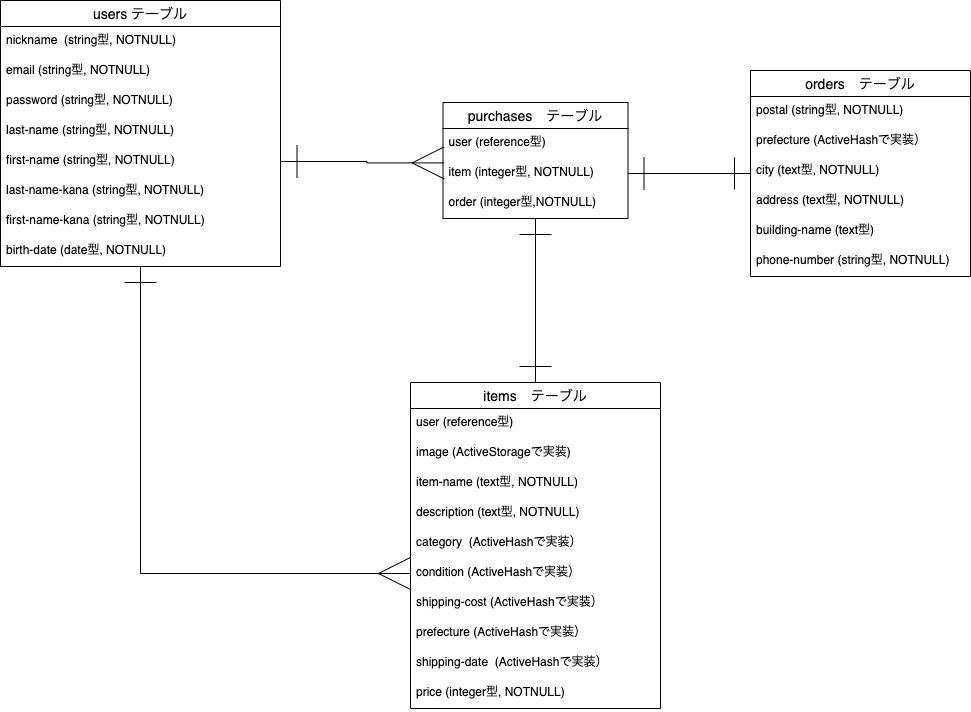
This is public/furima-32495.png from Y-h-tomo/furima-32495, a draw.io export, as it was before one commit. Source tidied: cells renumbered, new cells last; positions are measured from the earlier drawing's top-left corner, leaving out a move shared by most shapes.
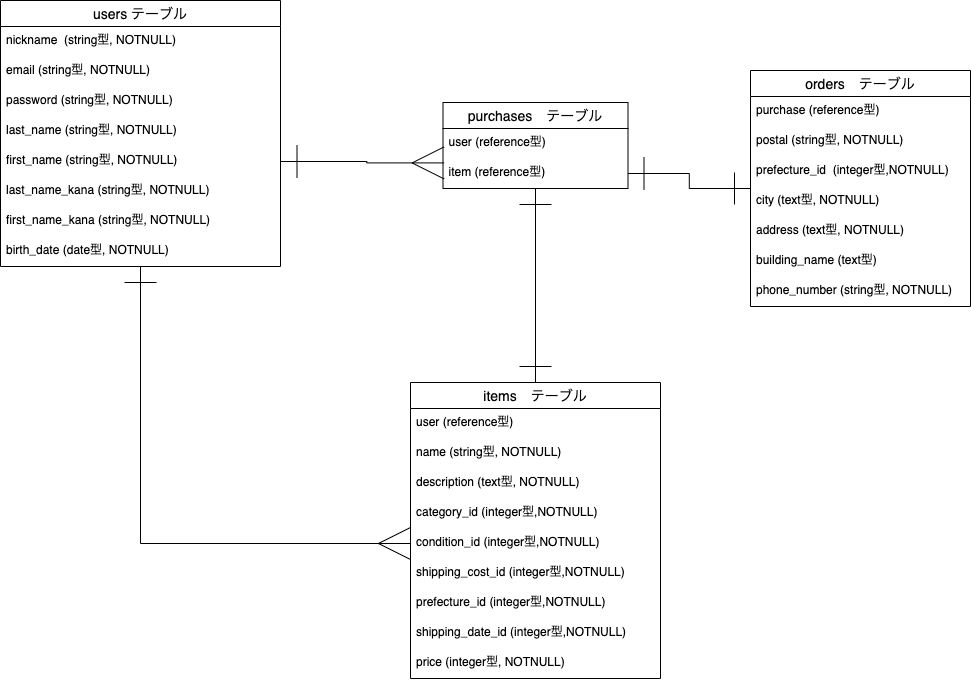
The same file after the commit.

Commit message:
ER図を確定版に差し替え

Diff of the diagram source:
```diff
@@ -20,19 +20,19 @@
     <mxCell id="7" value="password (string型, NOTNULL)" style="text;strokeColor=none;fillColor=none;spacingLeft=4;spacingRight=4;overflow=hidden;fontSize=12;" parent="4" vertex="1">
       <mxGeometry y="86" width="280" height="30" as="geometry" />
     </mxCell>
-    <mxCell id="8" value="last-name (string型, NOTNULL)" style="text;strokeColor=none;fillColor=none;spacingLeft=4;spacingRight=4;overflow=hidden;fontSize=12;" parent="4" vertex="1">
+    <mxCell id="8" value="last_name (string型, NOTNULL)" style="text;strokeColor=none;fillColor=none;spacingLeft=4;spacingRight=4;overflow=hidden;fontSize=12;" parent="4" vertex="1">
       <mxGeometry y="116" width="280" height="30" as="geometry" />
     </mxCell>
-    <mxCell id="9" value="first-name (string型, NOTNULL)&#10; " style="text;strokeColor=none;fillColor=none;spacingLeft=4;spacingRight=4;overflow=hidden;points=[[0,0.5],[1,0.5]];portConstraint=eastwest;fontSize=12;" parent="4" vertex="1">
+    <mxCell id="9" value="first_name (string型, NOTNULL)&#10; " style="text;strokeColor=none;fillColor=none;spacingLeft=4;spacingRight=4;overflow=hidden;points=[[0,0.5],[1,0.5]];portConstraint=eastwest;fontSize=12;" parent="4" vertex="1">
       <mxGeometry y="146" width="280" height="30" as="geometry" />
     </mxCell>
-    <mxCell id="10" value="last-name-kana (string型, NOTNULL)" style="text;strokeColor=none;fillColor=none;spacingLeft=4;spacingRight=4;overflow=hidden;fontSize=12;" parent="4" vertex="1">
+    <mxCell id="10" value="last_name_kana (string型, NOTNULL)" style="text;strokeColor=none;fillColor=none;spacingLeft=4;spacingRight=4;overflow=hidden;fontSize=12;" parent="4" vertex="1">
       <mxGeometry y="176" width="280" height="30" as="geometry" />
     </mxCell>
-    <mxCell id="11" value="first-name-kana (string型, NOTNULL)" style="text;strokeColor=none;fillColor=none;spacingLeft=4;spacingRight=4;overflow=hidden;fontSize=12;" parent="4" vertex="1">
+    <mxCell id="11" value="first_name_kana (string型, NOTNULL)" style="text;strokeColor=none;fillColor=none;spacingLeft=4;spacingRight=4;overflow=hidden;fontSize=12;" parent="4" vertex="1">
       <mxGeometry y="206" width="280" height="30" as="geometry" />
     </mxCell>
-    <mxCell id="12" value="birth-date (date型, NOTNULL)" style="text;strokeColor=none;fillColor=none;spacingLeft=4;spacingRight=4;overflow=hidden;fontSize=12;" parent="4" vertex="1">
+    <mxCell id="12" value="birth_date (date型, NOTNULL)" style="text;strokeColor=none;fillColor=none;spacingLeft=4;spacingRight=4;overflow=hidden;fontSize=12;" parent="4" vertex="1">
       <mxGeometry y="236" width="280" height="30" as="geometry" />
     </mxCell>
     <mxCell id="13" style="edgeStyle=orthogonalEdgeStyle;rounded=0;jettySize=auto;html=1;entryX=0.5;entryY=0;entryDx=0;entryDy=0;startArrow=ERone;startFill=0;startSize=30;endArrow=ERone;endFill=0;endSize=30;" parent="1" edge="1" source="26" target="15">
@@ -42,70 +42,67 @@
       <mxGeometry relative="1" as="geometry" />
     </mxCell>
     <mxCell id="15" value="items　テーブル" style="swimlane;fontStyle=0;horizontal=1;startSize=26;align=center;fontSize=14;" parent="1" vertex="1">
-      <mxGeometry x="410" y="382" width="250" height="326" as="geometry" />
+      <mxGeometry x="410" y="382" width="250" height="296" as="geometry" />
     </mxCell>
     <mxCell id="16" value="user (reference型)" style="text;strokeColor=none;fillColor=none;spacingLeft=4;spacingRight=4;overflow=hidden;fontSize=12;" parent="15" vertex="1">
       <mxGeometry y="26" width="250" height="30" as="geometry" />
     </mxCell>
-    <mxCell id="17" value="image (ActiveStorageで実装)" style="text;strokeColor=none;fillColor=none;spacingLeft=4;spacingRight=4;overflow=hidden;fontSize=12;" parent="15" vertex="1">
-      <mxGeometry y="56" width="250" height="30" as="geometry" />
-    </mxCell>
-    <mxCell id="18" value="item-name (text型, NOTNULL)" style="text;strokeColor=none;fillColor=none;spacingLeft=4;spacingRight=4;overflow=hidden;fontSize=12;" parent="15" vertex="1">
-      <mxGeometry y="86" width="250" height="30" as="geometry" />
+    <mxCell id="18" value="name (string型, NOTNULL)" style="text;strokeColor=none;fillColor=none;spacingLeft=4;spacingRight=4;overflow=hidden;fontSize=12;" parent="15" vertex="1">
+      <mxGeometry y="56" width="250" height="30" as="geometry" />
     </mxCell>
     <mxCell id="19" value="description (text型, NOTNULL)" style="text;strokeColor=none;fillColor=none;spacingLeft=4;spacingRight=4;overflow=hidden;fontSize=12;" parent="15" vertex="1">
-      <mxGeometry y="116" width="250" height="30" as="geometry" />
+      <mxGeometry y="86" width="250" height="30" as="geometry" />
     </mxCell>
-    <mxCell id="20" value="category  (ActiveHashで実装）" style="text;strokeColor=none;fillColor=none;spacingLeft=4;spacingRight=4;overflow=hidden;fontSize=12;" parent="15" vertex="1">
-      <mxGeometry y="146" width="250" height="30" as="geometry" />
+    <mxCell id="20" value="category_id (integer型,NOTNULL)" style="text;strokeColor=none;fillColor=none;spacingLeft=4;spacingRight=4;overflow=hidden;fontSize=12;" parent="15" vertex="1">
+      <mxGeometry y="116" width="250" height="30" as="geometry" />
     </mxCell>
-    <mxCell id="21" value="condition (ActiveHashで実装）" style="text;strokeColor=none;fillColor=none;spacingLeft=4;spacingRight=4;overflow=hidden;points=[[0,0.5],[1,0.5]];portConstraint=eastwest;fontSize=12;" parent="15" vertex="1">
-      <mxGeometry y="176" width="250" height="30" as="geometry" />
+    <mxCell id="21" value="condition_id (integer型,NOTNULL)" style="text;strokeColor=none;fillColor=none;spacingLeft=4;spacingRight=4;overflow=hidden;points=[[0,0.5],[1,0.5]];portConstraint=eastwest;fontSize=12;" parent="15" vertex="1">
+      <mxGeometry y="146" width="250" height="30" as="geometry" />
     </mxCell>
-    <mxCell id="22" value="shipping-cost (ActiveHashで実装）" style="text;strokeColor=none;fillColor=none;spacingLeft=4;spacingRight=4;overflow=hidden;fontSize=12;" parent="15" vertex="1">
-      <mxGeometry y="206" width="250" height="30" as="geometry" />
+    <mxCell id="22" value="shipping_cost_id (integer型,NOTNULL)" style="text;strokeColor=none;fillColor=none;spacingLeft=4;spacingRight=4;overflow=hidden;fontSize=12;" parent="15" vertex="1">
+      <mxGeometry y="176" width="250" height="30" as="geometry" />
     </mxCell>
-    <mxCell id="23" value="prefecture (ActiveHashで実装）" style="text;strokeColor=none;fillColor=none;spacingLeft=4;spacingRight=4;overflow=hidden;fontSize=12;" parent="15" vertex="1">
-      <mxGeometry y="236" width="250" height="30" as="geometry" />
+    <mxCell id="23" value="prefecture_id (integer型,NOTNULL)" style="text;strokeColor=none;fillColor=none;spacingLeft=4;spacingRight=4;overflow=hidden;fontSize=12;" parent="15" vertex="1">
+      <mxGeometry y="206" width="250" height="30" as="geometry" />
     </mxCell>
-    <mxCell id="24" value="shipping-date  (ActiveHashで実装）" style="text;strokeColor=none;fillColor=none;spacingLeft=4;spacingRight=4;overflow=hidden;fontSize=12;" parent="15" vertex="1">
-      <mxGeometry y="266" width="250" height="30" as="geometry" />
+    <mxCell id="24" value="shipping_date_id (integer型,NOTNULL)" style="text;strokeColor=none;fillColor=none;spacingLeft=4;spacingRight=4;overflow=hidden;fontSize=12;" parent="15" vertex="1">
+      <mxGeometry y="236" width="250" height="30" as="geometry" />
     </mxCell>
     <mxCell id="25" value="price (integer型, NOTNULL)" style="text;strokeColor=none;fillColor=none;spacingLeft=4;spacingRight=4;overflow=hidden;fontSize=12;" parent="15" vertex="1">
-      <mxGeometry y="296" width="250" height="30" as="geometry" />
+      <mxGeometry y="266" width="250" height="30" as="geometry" />
     </mxCell>
     <mxCell id="26" value="purchases　テーブル" style="swimlane;fontStyle=0;horizontal=1;startSize=26;align=center;fontSize=14;" parent="1" vertex="1">
-      <mxGeometry x="442.5" y="102" width="185" height="116" as="geometry" />
+      <mxGeometry x="442.5" y="102" width="185" height="86" as="geometry" />
     </mxCell>
     <mxCell id="27" value="user (reference型)" style="text;strokeColor=none;fillColor=none;spacingLeft=4;spacingRight=4;overflow=hidden;fontSize=12;" parent="26" vertex="1">
       <mxGeometry y="26" width="185" height="30" as="geometry" />
     </mxCell>
-    <mxCell id="28" value="item (integer型, NOTNULL)" style="text;strokeColor=none;fillColor=none;spacingLeft=4;spacingRight=4;overflow=hidden;points=[[0,0.5],[1,0.5]];portConstraint=eastwest;fontSize=12;" parent="26" vertex="1">
+    <mxCell id="28" value="item (reference型)" style="text;strokeColor=none;fillColor=none;spacingLeft=4;spacingRight=4;overflow=hidden;points=[[0,0.5],[1,0.5]];portConstraint=eastwest;fontSize=12;" parent="26" vertex="1">
       <mxGeometry y="56" width="185" height="30" as="geometry" />
     </mxCell>
-    <mxCell id="29" value="order (integer型,NOTNULL)" style="text;strokeColor=none;fillColor=none;spacingLeft=4;spacingRight=4;overflow=hidden;fontSize=12;" parent="26" vertex="1">
-      <mxGeometry y="86" width="185" height="30" as="geometry" />
-    </mxCell>
     <mxCell id="30" value="orders　テーブル" style="swimlane;fontStyle=0;horizontal=1;startSize=26;align=center;fontSize=14;" parent="1" vertex="1">
-      <mxGeometry x="750" y="70" width="220" height="206" as="geometry" />
+      <mxGeometry x="750" y="70" width="220" height="236" as="geometry" />
     </mxCell>
+    <mxCell id="37" value="purchase (reference型)" style="text;strokeColor=none;fillColor=none;spacingLeft=4;spacingRight=4;overflow=hidden;fontSize=12;" parent="30" vertex="1">
+      <mxGeometry y="26" width="220" height="30" as="geometry" />
+    </mxCell>
     <mxCell id="31" value="postal (string型, NOTNULL)" style="text;strokeColor=none;fillColor=none;spacingLeft=4;spacingRight=4;overflow=hidden;fontSize=12;" parent="30" vertex="1">
-      <mxGeometry y="26" width="220" height="30" as="geometry" />
+      <mxGeometry y="56" width="220" height="30" as="geometry" />
     </mxCell>
-    <mxCell id="32" value="prefecture (ActiveHashで実装）" style="text;strokeColor=none;fillColor=none;spacingLeft=4;spacingRight=4;overflow=hidden;fontSize=12;" parent="30" vertex="1">
-      <mxGeometry y="56" width="220" height="30" as="geometry" />
+    <mxCell id="32" value="prefecture_id  (integer型,NOTNULL)" style="text;strokeColor=none;fillColor=none;spacingLeft=4;spacingRight=4;overflow=hidden;fontSize=12;" parent="30" vertex="1">
+      <mxGeometry y="86" width="220" height="30" as="geometry" />
     </mxCell>
     <mxCell id="33" value="city (text型, NOTNULL)" style="text;strokeColor=none;fillColor=none;spacingLeft=4;spacingRight=4;overflow=hidden;fontSize=12;" parent="30" vertex="1">
-      <mxGeometry y="86" width="220" height="30" as="geometry" />
+      <mxGeometry y="116" width="220" height="30" as="geometry" />
     </mxCell>
     <mxCell id="34" value="address (text型, NOTNULL)" style="text;strokeColor=none;fillColor=none;spacingLeft=4;spacingRight=4;overflow=hidden;fontSize=12;" parent="30" vertex="1">
-      <mxGeometry y="116" width="220" height="30" as="geometry" />
+      <mxGeometry y="146" width="220" height="30" as="geometry" />
     </mxCell>
-    <mxCell id="35" value="building-name (text型)" style="text;strokeColor=none;fillColor=none;spacingLeft=4;spacingRight=4;overflow=hidden;fontSize=12;" parent="30" vertex="1">
-      <mxGeometry y="146" width="220" height="30" as="geometry" />
+    <mxCell id="35" value="building_name (text型)" style="text;strokeColor=none;fillColor=none;spacingLeft=4;spacingRight=4;overflow=hidden;fontSize=12;" parent="30" vertex="1">
+      <mxGeometry y="176" width="220" height="30" as="geometry" />
     </mxCell>
-    <mxCell id="36" value="phone-number (string型, NOTNULL)" style="text;strokeColor=none;fillColor=none;spacingLeft=4;spacingRight=4;overflow=hidden;fontSize=12;" parent="30" vertex="1">
-      <mxGeometry y="176" width="220" height="30" as="geometry" />
+    <mxCell id="36" value="phone_number (string型, NOTNULL)" style="text;strokeColor=none;fillColor=none;spacingLeft=4;spacingRight=4;overflow=hidden;fontSize=12;" parent="30" vertex="1">
+      <mxGeometry y="206" width="220" height="30" as="geometry" />
     </mxCell>
   </root>
 </mxGraphModel>
```
